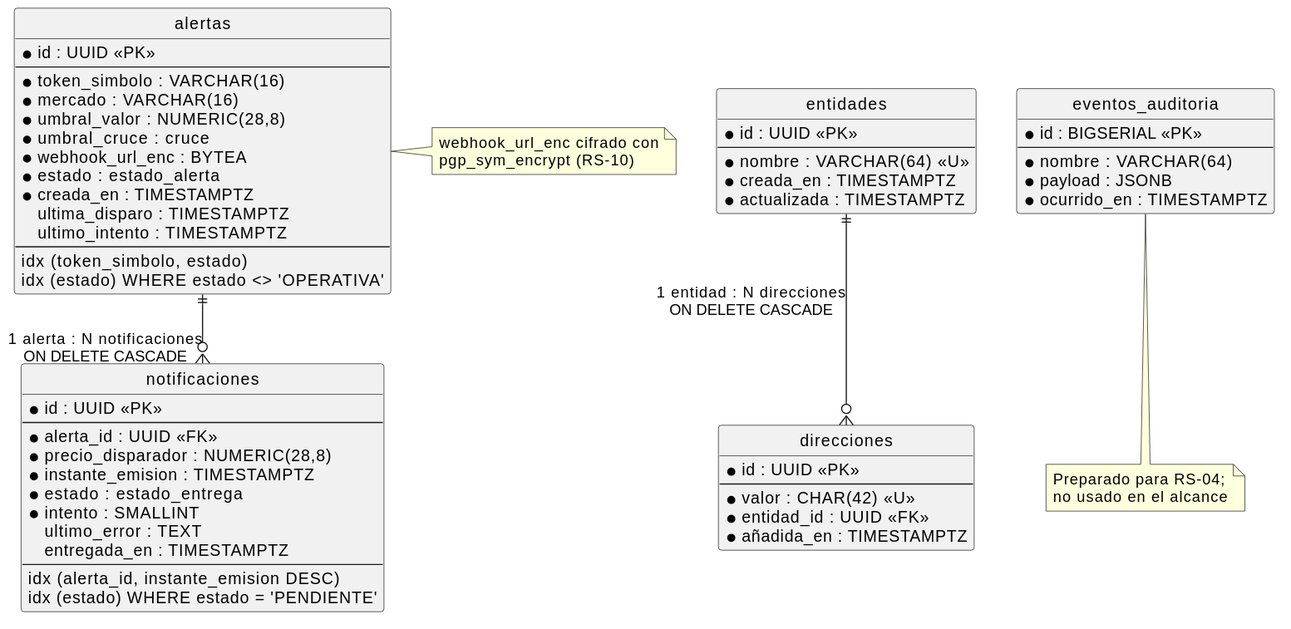
Above: imagenes/capitulo3/diseno-DER.svg in nekiiiiis/tfg (PlantUML), before the change.
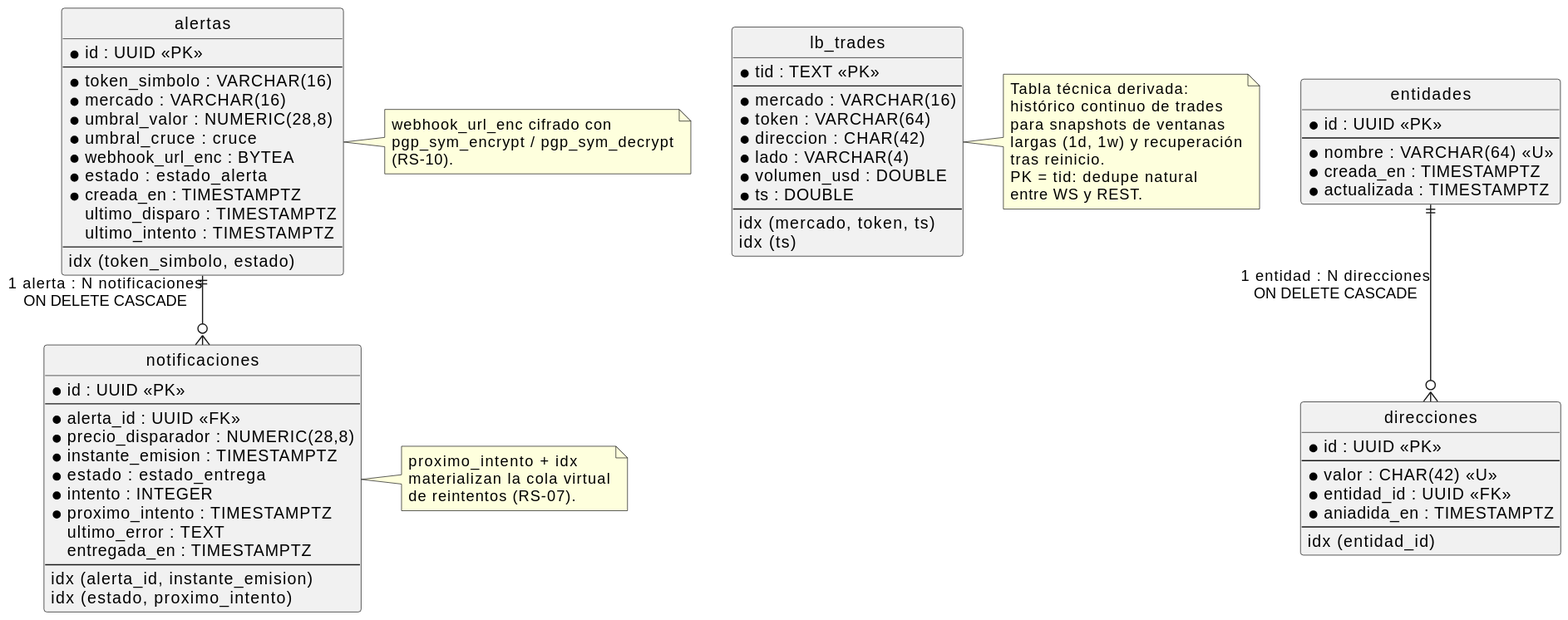
After the commit.

Change to the diagram source:
```diff
@@ -16,7 +16,9 @@
     --
     *valor : CHAR(42) <<U>>
     *entidad_id : UUID <<FK>>
-    *añadida_en : TIMESTAMPTZ
+    *aniadida_en : TIMESTAMPTZ
+    --
+    idx (entidad_id)
 }
 
 entity "alertas" as ALER {
@@ -29,11 +31,10 @@
     *webhook_url_enc : BYTEA
     *estado : estado_alerta
     *creada_en : TIMESTAMPTZ
-    ultima_disparo : TIMESTAMPTZ
+    ultimo_disparo : TIMESTAMPTZ
     ultimo_intento : TIMESTAMPTZ
     --
     idx (token_simbolo, estado)
-    idx (estado) WHERE estado <> 'OPERATIVA'
 }
 
 entity "notificaciones" as NOTI {
@@ -43,32 +44,51 @@
     *precio_disparador : NUMERIC(28,8)
     *instante_emision : TIMESTAMPTZ
     *estado : estado_entrega
-    *intento : SMALLINT
+    *intento : INTEGER
+    *proximo_intento : TIMESTAMPTZ
     ultimo_error : TEXT
     entregada_en : TIMESTAMPTZ
     --
-    idx (alerta_id, instante_emision DESC)
-    idx (estado) WHERE estado = 'PENDIENTE'
+    idx (alerta_id, instante_emision)
+    idx (estado, proximo_intento)
 }
 
-entity "eventos_auditoria" as AUD {
-    *id : BIGSERIAL <<PK>>
+entity "lb_trades" as LBT {
+    *tid : TEXT <<PK>>
     --
-    *nombre : VARCHAR(64)
-    *payload : JSONB
-    *ocurrido_en : TIMESTAMPTZ
+    *mercado : VARCHAR(16)
+    *token : VARCHAR(64)
+    *direccion : CHAR(42)
+    *lado : VARCHAR(4)
+    *volumen_usd : DOUBLE
+    *ts : DOUBLE
+    --
+    idx (mercado, token, ts)
+    idx (ts)
 }
 
-ENT ||--o{ DIR  : "1 entidad : N direcciones\nON DELETE CASCADE"
+ENT ||--o{ DIR   : "1 entidad : N direcciones\nON DELETE CASCADE"
 ALER ||--o{ NOTI : "1 alerta : N notificaciones\nON DELETE CASCADE"
 
 note right of ALER
   webhook_url_enc cifrado con
-  pgp_sym_encrypt (RS-10)
+  pgp_sym_encrypt / pgp_sym_decrypt
+  (RS-10).
 end note
 
-note bottom of AUD
-  Preparado para RS-04;
-  no usado en el alcance
+note right of NOTI
+  proximo_intento + idx
+  materializan la cola virtual
+  de reintentos (RS-07).
+end note
+
+note right of LBT
+  Tabla técnica derivada:
+  histórico continuo de trades
+  para snapshots de ventanas
+  largas (1d, 1w) y recuperación
+  tras reinicio.
+  PK = tid: dedupe natural
+  entre WS y REST.
 end note
 @enduml
```
